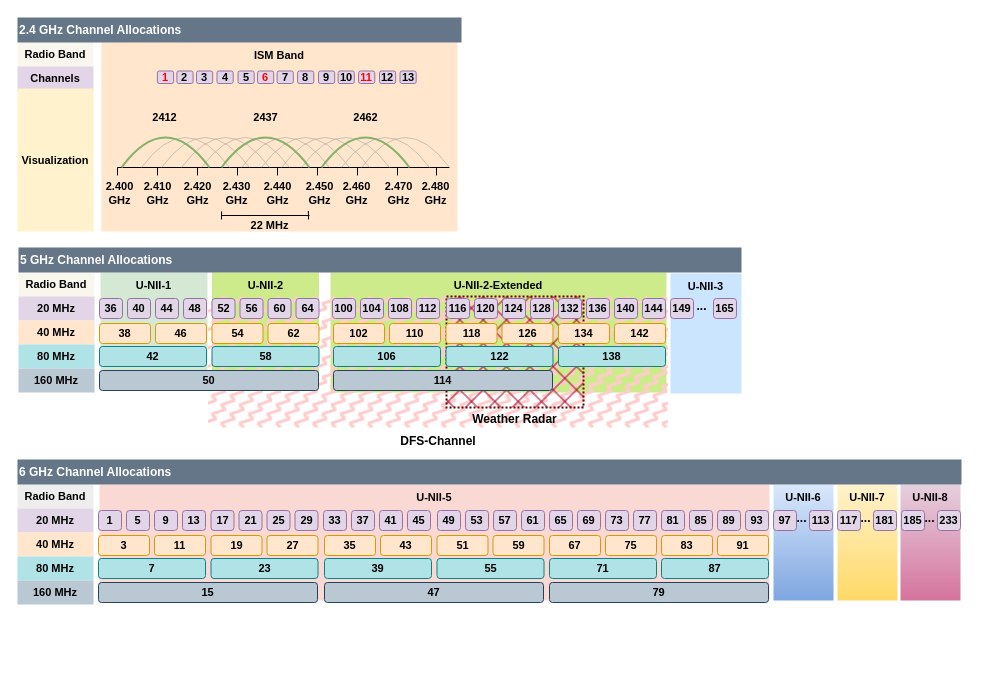
Above: thesis/drawio/channel.drawio in studhascja/Masterthesis (draw.io), before the change. Source tidied: cells renumbered, new cells numbered last; positions are measured from the earlier drawing's top-left corner, leaving out a move shared by most shapes. Both pictures are drawn from the tidied source at 100%, with x=0, y=0 at pixel (17, 17).
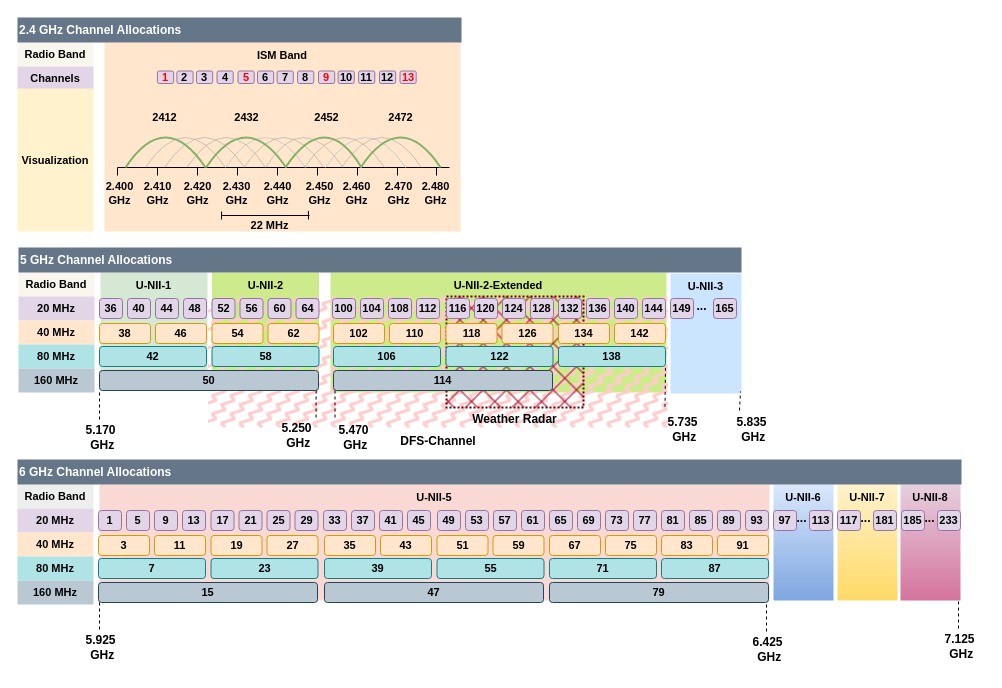
Above is the later version.

Commit message (it also covers changes not shown here):
continued wifi-channel description

The change refers to these unchanged cells:
```xml
<mxCell id="125" value="50" style="rounded=1;whiteSpace=wrap;html=1;fontSize=11;fontStyle=1;fillColor=#bac8d3;strokeColor=#23445d;" parent="1" vertex="1">
  <mxGeometry x="82" y="353" width="219" height="20" as="geometry" />
</mxCell>
<mxCell id="154" value="138" style="rounded=1;whiteSpace=wrap;html=1;fontSize=11;fontStyle=1;fillColor=#b0e3e6;strokeColor=#0e8088;" parent="1" vertex="1">
  <mxGeometry x="541" y="329" width="107" height="20" as="geometry" />
</mxCell>
```

Change to the diagram source:
```diff
@@
     <mxCell id="2" value="ISM Band" style="rounded=0;whiteSpace=wrap;html=1;fillColor=#ffe6cc;strokeColor=none;fontSize=11;fontStyle=1;verticalAlign=top;" parent="1" vertex="1">
-      <mxGeometry x="84" y="25" width="356" height="189" as="geometry" />
+      <mxGeometry x="87" y="25" width="356" height="189" as="geometry" />
     </mxCell>
@@
     <mxCell id="13" style="endArrow=none;html=1;rounded=0;curved=1;opacity=50;strokeColor=light-dark(#9a9996, #ededed);fontSize=11;fontStyle=1;" parent="1" edge="1">
       <mxGeometry relative="1" as="geometry">
-        <mxPoint x="124" y="150" as="sourcePoint" />
-        <mxPoint x="212" y="150" as="targetPoint" />
+        <mxPoint x="128" y="150" as="sourcePoint" />
+        <mxPoint x="208" y="150" as="targetPoint" />
         <Array as="points">
           <mxPoint x="168" y="90" />
         </Array>
       </mxGeometry>
     </mxCell>
     <mxCell id="14" style="endArrow=none;html=1;rounded=0;curved=1;fillColor=#d5e8d4;strokeColor=#82b366;strokeWidth=2;fontSize=11;fontStyle=1;" parent="1" edge="1">
       <mxGeometry relative="1" as="geometry">
-        <mxPoint x="104" y="150" as="sourcePoint" />
-        <mxPoint x="192" y="150" as="targetPoint" />
+        <mxPoint x="108" y="150" as="sourcePoint" />
+        <mxPoint x="188" y="150" as="targetPoint" />
         <Array as="points">
           <mxPoint x="148" y="90" />
         </Array>
       </mxGeometry>
     </mxCell>
-    <mxCell id="15" style="endArrow=none;html=1;rounded=0;curved=1;fillColor=#d5e8d4;strokeColor=#82b366;strokeWidth=2;fontSize=11;fontStyle=1;" parent="1" edge="1">
+    <mxCell id="15" style="endArrow=none;html=1;rounded=0;curved=1;fillColor=#eeeeee;strokeColor=#CCCCCC;strokeWidth=1;fontSize=11;fontStyle=1;" parent="1" edge="1">
       <mxGeometry relative="1" as="geometry">
-        <mxPoint x="204" y="150" as="sourcePoint" />
-        <mxPoint x="292" y="150" as="targetPoint" />
+        <mxPoint x="208" y="150" as="sourcePoint" />
+        <mxPoint x="288" y="150" as="targetPoint" />
         <Array as="points">
           <mxPoint x="248" y="90" />
         </Array>
       </mxGeometry>
     </mxCell>
-    <mxCell id="16" style="endArrow=none;html=1;rounded=0;curved=1;fillColor=#d5e8d4;strokeColor=#82b366;strokeWidth=2;fontSize=11;fontStyle=1;" parent="1" edge="1">
+    <mxCell id="16" style="endArrow=none;html=1;rounded=0;curved=1;fillColor=#d5e8d4;strokeColor=#CCCCCC;strokeWidth=1;fontSize=11;fontStyle=1;" parent="1" edge="1">
       <mxGeometry relative="1" as="geometry">
-        <mxPoint x="304" y="150" as="sourcePoint" />
-        <mxPoint x="392" y="150" as="targetPoint" />
+        <mxPoint x="308" y="150" as="sourcePoint" />
+        <mxPoint x="388" y="150" as="targetPoint" />
         <Array as="points">
           <mxPoint x="348" y="90" />
         </Array>
       </mxGeometry>
     </mxCell>
-    <mxCell id="17" style="endArrow=none;html=1;rounded=0;curved=1;opacity=50;strokeColor=light-dark(#9a9996, #ededed);fontSize=11;fontStyle=1;" parent="1" edge="1">
-      <mxGeometry relative="1" as="geometry">
-        <mxPoint x="144" y="150" as="sourcePoint" />
-        <mxPoint x="232" y="150" as="targetPoint" />
-        <Array as="points">
-          <mxPoint x="188" y="90" />
-        </Array>
-      </mxGeometry>
-    </mxCell>
-    <mxCell id="18" style="endArrow=none;html=1;rounded=0;curved=1;opacity=50;strokeColor=light-dark(#9a9996, #ededed);fontSize=11;fontStyle=1;" parent="1" edge="1">
-      <mxGeometry relative="1" as="geometry">
-        <mxPoint x="164" y="150" as="sourcePoint" />
-        <mxPoint x="252" y="150" as="targetPoint" />
-        <Array as="points">
-          <mxPoint x="208" y="90" />
-        </Array>
-      </mxGeometry>
-    </mxCell>
-    <mxCell id="19" style="endArrow=none;html=1;rounded=0;curved=1;opacity=50;strokeColor=light-dark(#9a9996, #ededed);fontSize=11;fontStyle=1;" parent="1" edge="1">
-      <mxGeometry relative="1" as="geometry">
-        <mxPoint x="184" y="150" as="sourcePoint" />
-        <mxPoint x="272" y="150" as="targetPoint" />
-        <Array as="points">
-          <mxPoint x="228" y="90" />
-        </Array>
-      </mxGeometry>
-    </mxCell>
-    <mxCell id="20" style="endArrow=none;html=1;rounded=0;curved=1;opacity=50;strokeColor=light-dark(#9a9996, #ededed);fontSize=11;fontStyle=1;" parent="1" edge="1">
-      <mxGeometry relative="1" as="geometry">
-        <mxPoint x="224" y="150" as="sourcePoint" />
-        <mxPoint x="312" y="150" as="targetPoint" />
-        <Array as="points">
-          <mxPoint x="268" y="90" />
-        </Array>
-      </mxGeometry>
-    </mxCell>
-    <mxCell id="21" style="endArrow=none;html=1;rounded=0;curved=1;opacity=50;strokeColor=light-dark(#9a9996, #ededed);fontSize=11;fontStyle=1;" parent="1" edge="1">
-      <mxGeometry relative="1" as="geometry">
-        <mxPoint x="244" y="150" as="sourcePoint" />
-        <mxPoint x="332" y="150" as="targetPoint" />
-        <Array as="points">
-          <mxPoint x="288" y="90" />
-        </Array>
-      </mxGeometry>
-    </mxCell>
-    <mxCell id="22" style="endArrow=none;html=1;rounded=0;curved=1;opacity=50;strokeColor=light-dark(#9a9996, #ededed);fontSize=11;fontStyle=1;" parent="1" edge="1">
-      <mxGeometry relative="1" as="geometry">
-        <mxPoint x="264" y="150" as="sourcePoint" />
-        <mxPoint x="352" y="150" as="targetPoint" />
-        <Array as="points">
-          <mxPoint x="308" y="90" />
-        </Array>
-      </mxGeometry>
-    </mxCell>
-    <mxCell id="23" style="endArrow=none;html=1;rounded=0;curved=1;opacity=50;strokeColor=light-dark(#9a9996, #ededed);fontSize=11;fontStyle=1;" parent="1" edge="1">
-      <mxGeometry relative="1" as="geometry">
-        <mxPoint x="284" y="150" as="sourcePoint" />
-        <mxPoint x="372" y="150" as="targetPoint" />
-        <Array as="points">
-          <mxPoint x="328" y="90" />
-        </Array>
-      </mxGeometry>
-    </mxCell>
-    <mxCell id="24" style="endArrow=none;html=1;rounded=0;curved=1;opacity=50;strokeColor=light-dark(#9a9996, #ededed);fontSize=11;fontStyle=1;" parent="1" edge="1">
-      <mxGeometry relative="1" as="geometry">
-        <mxPoint x="324" y="150" as="sourcePoint" />
-        <mxPoint x="412" y="150" as="targetPoint" />
-        <Array as="points">
-          <mxPoint x="368" y="90" />
-        </Array>
-      </mxGeometry>
-    </mxCell>
-    <mxCell id="25" style="endArrow=none;html=1;rounded=0;curved=1;opacity=50;strokeColor=light-dark(#9a9996, #ededed);fontSize=11;fontStyle=1;" parent="1" edge="1">
-      <mxGeometry relative="1" as="geometry">
-        <mxPoint x="344" y="150" as="sourcePoint" />
-        <mxPoint x="432" y="150" as="targetPoint" />
-        <Array as="points">
-          <mxPoint x="388" y="90" />
-        </Array>
-      </mxGeometry>
-    </mxCell>
@@
-    <mxCell id="41" value="&lt;font&gt;2437&lt;/font&gt;" style="text;html=1;align=center;verticalAlign=middle;strokeColor=none;fillColor=none;fontSize=11;fontStyle=1;" parent="1" vertex="1">
-      <mxGeometry x="224" y="86" width="48" height="28" as="geometry" />
+    <mxCell id="41" value="2432" style="text;html=1;align=center;verticalAlign=middle;strokeColor=none;fillColor=none;fontSize=11;fontStyle=1;" parent="1" vertex="1">
+      <mxGeometry x="204.6" y="86" width="48" height="28" as="geometry" />
     </mxCell>
-    <mxCell id="42" value="&lt;font&gt;2462&lt;/font&gt;" style="text;html=1;align=center;verticalAlign=middle;strokeColor=none;fillColor=none;fontSize=11;fontStyle=1;" parent="1" vertex="1">
-      <mxGeometry x="324" y="86" width="48" height="28" as="geometry" />
+    <mxCell id="42" value="&lt;font&gt;2472&lt;/font&gt;" style="text;html=1;align=center;verticalAlign=middle;strokeColor=none;fillColor=none;fontSize=11;fontStyle=1;" parent="1" vertex="1">
+      <mxGeometry x="359" y="86" width="48" height="28" as="geometry" />
     </mxCell>
@@
-    <mxCell id="163" value="5" style="rounded=1;whiteSpace=wrap;html=1;fontSize=11;fontStyle=1;fillColor=#e1d5e7;strokeColor=#9673a6;" parent="1" vertex="1">
+    <mxCell id="163" value="&lt;font style=&quot;color: rgb(255, 0, 0);&quot;&gt;5&lt;/font&gt;" style="rounded=1;whiteSpace=wrap;html=1;fontSize=11;fontStyle=1;fillColor=#e1d5e7;strokeColor=#9673a6;" parent="1" vertex="1">
       <mxGeometry x="220.5" y="53.5" width="16.2" height="12.5" as="geometry" />
     </mxCell>
-    <mxCell id="164" value="6" style="rounded=1;whiteSpace=wrap;html=1;fontSize=11;fontStyle=1;fillColor=#e1d5e7;strokeColor=#9673a6;fontColor=#FF0000;" parent="1" vertex="1">
+    <mxCell id="164" value="&lt;font style=&quot;color: rgb(0, 0, 0);&quot;&gt;6&lt;/font&gt;" style="rounded=1;whiteSpace=wrap;html=1;fontSize=11;fontStyle=1;fillColor=#e1d5e7;strokeColor=#9673a6;fontColor=#FF0000;" parent="1" vertex="1">
       <mxGeometry x="240" y="53.5" width="16.2" height="12.5" as="geometry" />
     </mxCell>
@@
-    <mxCell id="167" value="9" style="rounded=1;whiteSpace=wrap;html=1;fontSize=11;fontStyle=1;fillColor=#e1d5e7;strokeColor=#9673a6;" parent="1" vertex="1">
+    <mxCell id="167" value="&lt;font style=&quot;color: rgb(255, 0, 0);&quot;&gt;9&lt;/font&gt;" style="rounded=1;whiteSpace=wrap;html=1;fontSize=11;fontStyle=1;fillColor=#e1d5e7;strokeColor=#9673a6;" parent="1" vertex="1">
       <mxGeometry x="301" y="53.5" width="16.2" height="12.5" as="geometry" />
     </mxCell>
@@
-    <mxCell id="169" value="11" style="rounded=1;whiteSpace=wrap;html=1;fontSize=11;fontStyle=1;fillColor=#e1d5e7;strokeColor=#9673a6;fontColor=#FF0000;" parent="1" vertex="1">
+    <mxCell id="169" value="&lt;font style=&quot;color: rgb(0, 0, 0);&quot;&gt;11&lt;/font&gt;" style="rounded=1;whiteSpace=wrap;html=1;fontSize=11;fontStyle=1;fillColor=#e1d5e7;strokeColor=#9673a6;fontColor=#FF0000;" parent="1" vertex="1">
       <mxGeometry x="341.1" y="53.5" width="16.2" height="12.5" as="geometry" />
     </mxCell>
@@
-    <mxCell id="171" value="13" style="rounded=1;whiteSpace=wrap;html=1;fontSize=11;fontStyle=1;fillColor=#e1d5e7;strokeColor=#9673a6;" parent="1" vertex="1">
+    <mxCell id="171" value="&lt;font style=&quot;color: rgb(255, 0, 0);&quot;&gt;13&lt;/font&gt;" style="rounded=1;whiteSpace=wrap;html=1;fontSize=11;fontStyle=1;fillColor=#e1d5e7;strokeColor=#9673a6;" parent="1" vertex="1">
       <mxGeometry x="382.5" y="53.5" width="16.2" height="12.5" as="geometry" />
     </mxCell>
@@
+    <mxCell id="175" style="endArrow=none;html=1;rounded=0;curved=1;opacity=50;strokeColor=light-dark(#9a9996, #ededed);fontSize=11;fontStyle=1;" parent="1" edge="1">
+      <mxGeometry relative="1" as="geometry">
+        <mxPoint x="147.1" y="150" as="sourcePoint" />
+        <mxPoint x="227.1" y="150" as="targetPoint" />
+        <Array as="points">
+          <mxPoint x="187.1" y="90" />
+        </Array>
+      </mxGeometry>
+    </mxCell>
+    <mxCell id="176" style="endArrow=none;html=1;rounded=0;curved=1;opacity=50;strokeColor=light-dark(#9a9996, #ededed);fontSize=11;fontStyle=1;" parent="1" edge="1">
+      <mxGeometry relative="1" as="geometry">
+        <mxPoint x="169.4" y="150" as="sourcePoint" />
+        <mxPoint x="248" y="150" as="targetPoint" />
+        <Array as="points">
+          <mxPoint x="209.4" y="90" />
+        </Array>
+      </mxGeometry>
+    </mxCell>
+    <mxCell id="177" style="endArrow=none;html=1;rounded=0;curved=1;strokeColor=#82b366;fontSize=11;fontStyle=1;strokeWidth=2;fillColor=#d5e8d4;" parent="1" edge="1">
+      <mxGeometry relative="1" as="geometry">
+        <mxPoint x="188.6" y="150" as="sourcePoint" />
+        <mxPoint x="268.6" y="150" as="targetPoint" />
+        <Array as="points">
+          <mxPoint x="228.6" y="90" />
+        </Array>
+      </mxGeometry>
+    </mxCell>
+    <mxCell id="178" style="endArrow=none;html=1;rounded=0;curved=1;opacity=50;strokeColor=light-dark(#9a9996, #ededed);fontSize=11;fontStyle=1;" parent="1" edge="1">
+      <mxGeometry relative="1" as="geometry">
+        <mxPoint x="226.4" y="150" as="sourcePoint" />
+        <mxPoint x="306.4" y="150" as="targetPoint" />
+        <Array as="points">
+          <mxPoint x="266.4" y="90" />
+        </Array>
+      </mxGeometry>
+    </mxCell>
+    <mxCell id="179" style="endArrow=none;html=1;rounded=0;curved=1;opacity=50;strokeColor=light-dark(#9a9996, #ededed);fontSize=11;fontStyle=1;" parent="1" edge="1">
+      <mxGeometry relative="1" as="geometry">
+        <mxPoint x="248" y="150" as="sourcePoint" />
+        <mxPoint x="325.6" y="150" as="targetPoint" />
+        <Array as="points">
+          <mxPoint x="285.6" y="90" />
+        </Array>
+      </mxGeometry>
+    </mxCell>
+    <mxCell id="180" style="endArrow=none;html=1;rounded=0;curved=1;strokeColor=#82b366;fontSize=11;fontStyle=1;strokeWidth=2;fillColor=#d5e8d4;" parent="1" edge="1">
+      <mxGeometry relative="1" as="geometry">
+        <mxPoint x="267.9" y="150" as="sourcePoint" />
+        <mxPoint x="344" y="150" as="targetPoint" />
+        <Array as="points">
+          <mxPoint x="307.9" y="90" />
+        </Array>
+      </mxGeometry>
+    </mxCell>
+    <mxCell id="181" style="endArrow=none;html=1;rounded=0;curved=1;opacity=50;strokeColor=light-dark(#9a9996, #ededed);fontSize=11;fontStyle=1;" parent="1" edge="1">
+      <mxGeometry relative="1" as="geometry">
+        <mxPoint x="287" y="150" as="sourcePoint" />
+        <mxPoint x="367" y="150" as="targetPoint" />
+        <Array as="points">
+          <mxPoint x="327" y="90" />
+        </Array>
+      </mxGeometry>
+    </mxCell>
+    <mxCell id="182" style="endArrow=none;html=1;rounded=0;curved=1;opacity=50;strokeColor=light-dark(#9a9996, #ededed);fontSize=11;fontStyle=1;" parent="1" edge="1">
+      <mxGeometry relative="1" as="geometry">
+        <mxPoint x="324" y="150" as="sourcePoint" />
+        <mxPoint x="404" y="150" as="targetPoint" />
+        <Array as="points">
+          <mxPoint x="364" y="90" />
+        </Array>
+      </mxGeometry>
+    </mxCell>
+    <mxCell id="183" style="endArrow=none;html=1;rounded=0;curved=1;strokeColor=#82b366;fontSize=11;fontStyle=1;fillColor=#d5e8d4;strokeWidth=2;" parent="1" edge="1">
+      <mxGeometry relative="1" as="geometry">
+        <mxPoint x="343.1" y="150" as="sourcePoint" />
+        <mxPoint x="423.1" y="150" as="targetPoint" />
+        <Array as="points">
+          <mxPoint x="383.1" y="90" />
+        </Array>
+      </mxGeometry>
+    </mxCell>
+    <mxCell id="184" value="2452" style="text;html=1;align=center;verticalAlign=middle;strokeColor=none;fillColor=none;fontSize=11;fontStyle=1;" parent="1" vertex="1">
+      <mxGeometry x="285.1" y="86" width="48" height="28" as="geometry" />
+    </mxCell>
+    <mxCell id="185" value="&lt;b&gt;5.170&lt;/b&gt;&lt;div&gt;&lt;b&gt;&amp;nbsp;GHz&lt;/b&gt;&lt;/div&gt;" style="text;html=1;align=center;verticalAlign=middle;strokeColor=none;fillColor=none;" parent="1" vertex="1">
+      <mxGeometry x="57" y="398" width="52" height="44" as="geometry" />
+    </mxCell>
+    <mxCell id="186" style="endArrow=none;html=1;rounded=0;entryX=0;entryY=1;entryDx=0;entryDy=0;dashed=1;" parent="1" edge="1" target="125">
+      <mxGeometry relative="1" as="geometry">
+        <mxPoint x="82" y="402" as="sourcePoint" />
+      </mxGeometry>
+    </mxCell>
+    <mxCell id="187" value="&lt;b&gt;5.250&lt;/b&gt;&lt;div&gt;&lt;b&gt;&amp;nbsp;GHz&lt;/b&gt;&lt;/div&gt;" style="text;html=1;align=center;verticalAlign=middle;strokeColor=none;fillColor=none;" parent="1" vertex="1">
+      <mxGeometry x="252.6" y="396" width="52" height="44" as="geometry" />
+    </mxCell>
+    <mxCell id="188" style="endArrow=none;html=1;rounded=0;entryX=0;entryY=1;entryDx=0;entryDy=0;dashed=1;" parent="1" edge="1">
+      <mxGeometry relative="1" as="geometry">
+        <mxPoint x="298.6" y="400" as="sourcePoint" />
+        <mxPoint x="298.6" y="371" as="targetPoint" />
+      </mxGeometry>
+    </mxCell>
+    <mxCell id="189" value="&lt;b&gt;5.470&lt;/b&gt;&lt;div&gt;&lt;b&gt;&amp;nbsp;GHz&lt;/b&gt;&lt;/div&gt;" style="text;html=1;align=center;verticalAlign=middle;strokeColor=none;fillColor=none;" parent="1" vertex="1">
+      <mxGeometry x="310" y="398" width="52" height="44" as="geometry" />
+    </mxCell>
+    <mxCell id="190" style="endArrow=none;html=1;rounded=0;entryX=0;entryY=1;entryDx=0;entryDy=0;dashed=1;" parent="1" edge="1">
+      <mxGeometry relative="1" as="geometry">
+        <mxPoint x="317.5" y="400" as="sourcePoint" />
+        <mxPoint x="317.5" y="371" as="targetPoint" />
+      </mxGeometry>
+    </mxCell>
+    <mxCell id="191" value="&lt;b&gt;5.735&lt;/b&gt;&lt;div&gt;&lt;b&gt;&amp;nbsp;GHz&lt;/b&gt;&lt;/div&gt;" style="text;html=1;align=center;verticalAlign=middle;points=[];strokeColor=none;fillColor=none;" parent="1" vertex="1">
+      <mxGeometry x="638.5" y="390" width="52" height="44" as="geometry" />
+    </mxCell>
+    <mxCell id="192" style="endArrow=none;html=1;rounded=0;entryX=1;entryY=1;entryDx=0;entryDy=0;dashed=1;exitX=0.173;exitY=-0.016;exitDx=0;exitDy=0;exitPerimeter=0;" parent="1" edge="1" source="191" target="154">
+      <mxGeometry relative="1" as="geometry" />
+    </mxCell>
+    <mxCell id="193" value="&lt;b&gt;5.835&lt;/b&gt;&lt;div&gt;&lt;b&gt;&amp;nbsp;GHz&lt;/b&gt;&lt;/div&gt;" style="text;html=1;align=center;verticalAlign=middle;strokeColor=none;fillColor=none;" parent="1" vertex="1">
+      <mxGeometry x="708" y="390" width="52" height="44" as="geometry" />
+    </mxCell>
+    <mxCell id="194" style="endArrow=none;html=1;rounded=0;dashed=1;exitX=0.173;exitY=-0.016;exitDx=0;exitDy=0;exitPerimeter=0;" parent="1" edge="1">
+      <mxGeometry relative="1" as="geometry">
+        <mxPoint x="722" y="393" as="sourcePoint" />
+        <mxPoint x="723" y="374" as="targetPoint" />
+      </mxGeometry>
+    </mxCell>
+    <mxCell id="195" value="&lt;b&gt;5.925&lt;/b&gt;&lt;div&gt;&lt;b&gt;&amp;nbsp;GHz&lt;/b&gt;&lt;/div&gt;" style="text;html=1;align=center;verticalAlign=middle;strokeColor=none;fillColor=none;" parent="1" vertex="1">
+      <mxGeometry x="57" y="608" width="52" height="44" as="geometry" />
+    </mxCell>
+    <mxCell id="196" style="endArrow=none;html=1;rounded=0;entryX=0;entryY=1;entryDx=0;entryDy=0;dashed=1;" parent="1" edge="1">
+      <mxGeometry relative="1" as="geometry">
+        <mxPoint x="82" y="612" as="sourcePoint" />
+        <mxPoint x="82" y="583" as="targetPoint" />
+      </mxGeometry>
+    </mxCell>
+    <mxCell id="197" value="&lt;b&gt;6.425&lt;/b&gt;&lt;br&gt;&lt;div&gt;&lt;b&gt;&amp;nbsp;GHz&lt;/b&gt;&lt;/div&gt;" style="text;html=1;align=center;verticalAlign=middle;strokeColor=none;fillColor=none;" parent="1" vertex="1">
+      <mxGeometry x="724" y="610" width="52" height="44" as="geometry" />
+    </mxCell>
+    <mxCell id="198" style="endArrow=none;html=1;rounded=0;entryX=0;entryY=1;entryDx=0;entryDy=0;dashed=1;" parent="1" edge="1">
+      <mxGeometry relative="1" as="geometry">
+        <mxPoint x="749" y="614" as="sourcePoint" />
+        <mxPoint x="749" y="585" as="targetPoint" />
+      </mxGeometry>
+    </mxCell>
+    <mxCell id="199" value="&lt;b&gt;7.125&lt;/b&gt;&lt;br&gt;&lt;div&gt;&lt;b&gt;&amp;nbsp;GHz&lt;/b&gt;&lt;/div&gt;" style="text;html=1;align=center;verticalAlign=middle;strokeColor=none;fillColor=none;" parent="1" vertex="1">
+      <mxGeometry x="916" y="607" width="52" height="44" as="geometry" />
+    </mxCell>
+    <mxCell id="200" style="endArrow=none;html=1;rounded=0;entryX=0;entryY=1;entryDx=0;entryDy=0;dashed=1;" parent="1" edge="1">
+      <mxGeometry relative="1" as="geometry">
+        <mxPoint x="941" y="611" as="sourcePoint" />
+        <mxPoint x="941" y="582" as="targetPoint" />
+      </mxGeometry>
+    </mxCell>
```
